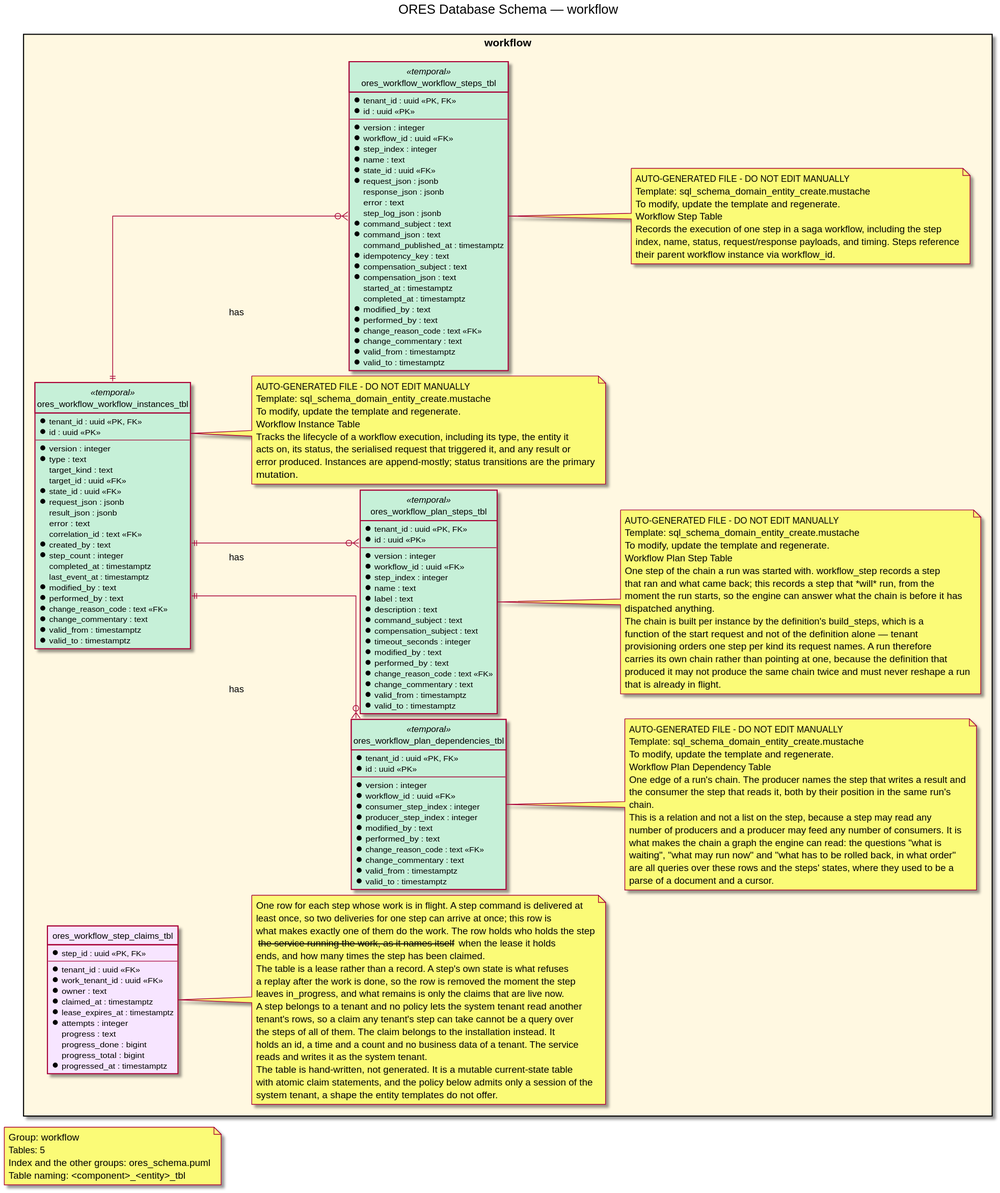
The PlantUML diagram projects/ores.sql/modeling/ores_schema.workflow.svg in OreStudio/OreStudio, before a commit.
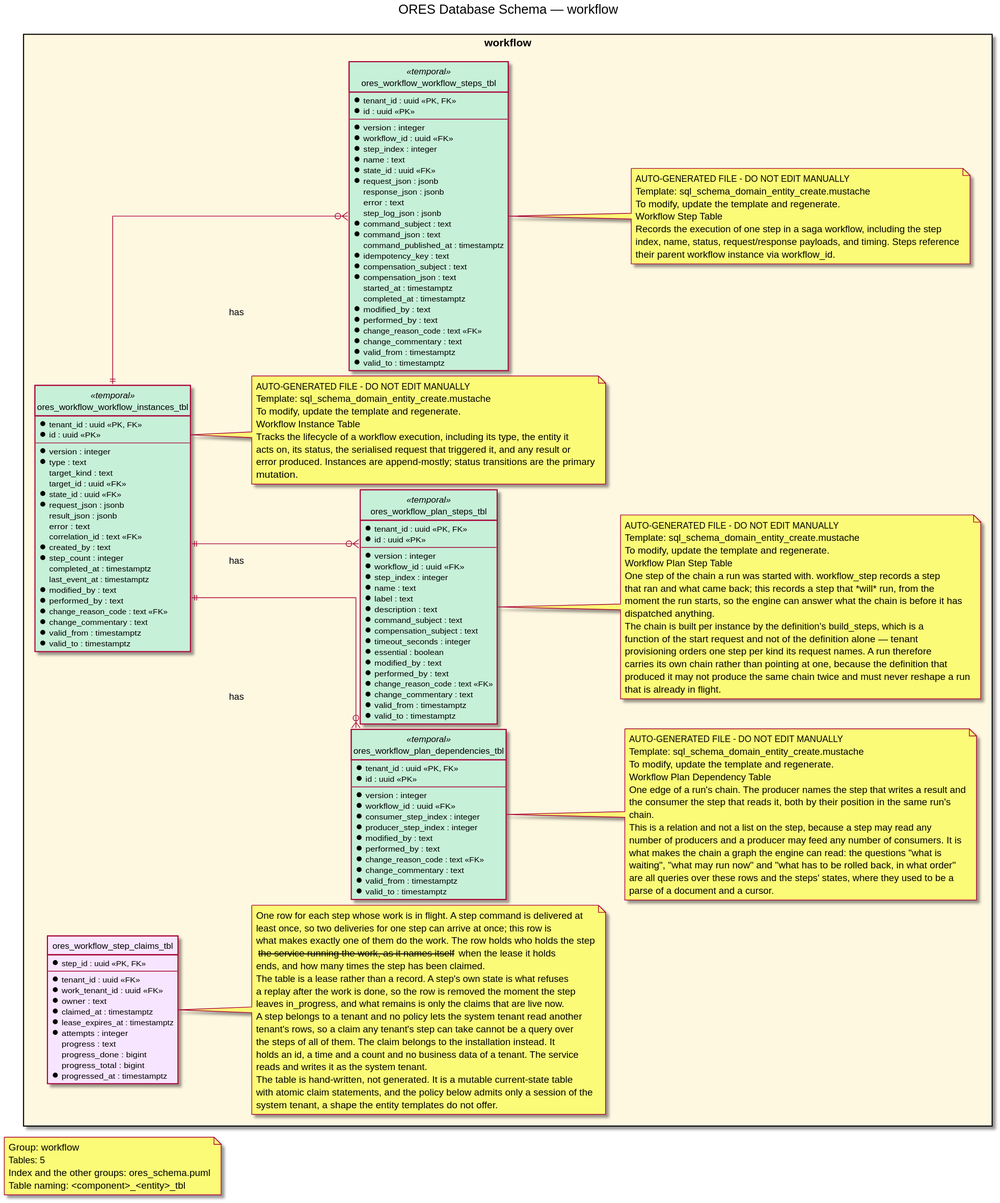
Above is the later version.

Change to the diagram source:
```diff
@@ -62,6 +62,7 @@
         * command_subject : text
         * compensation_subject : text
         * timeout_seconds : integer
+        * essential : boolean
         * modified_by : text
         * performed_by : text
         * change_reason_code : text <<FK>>
```
